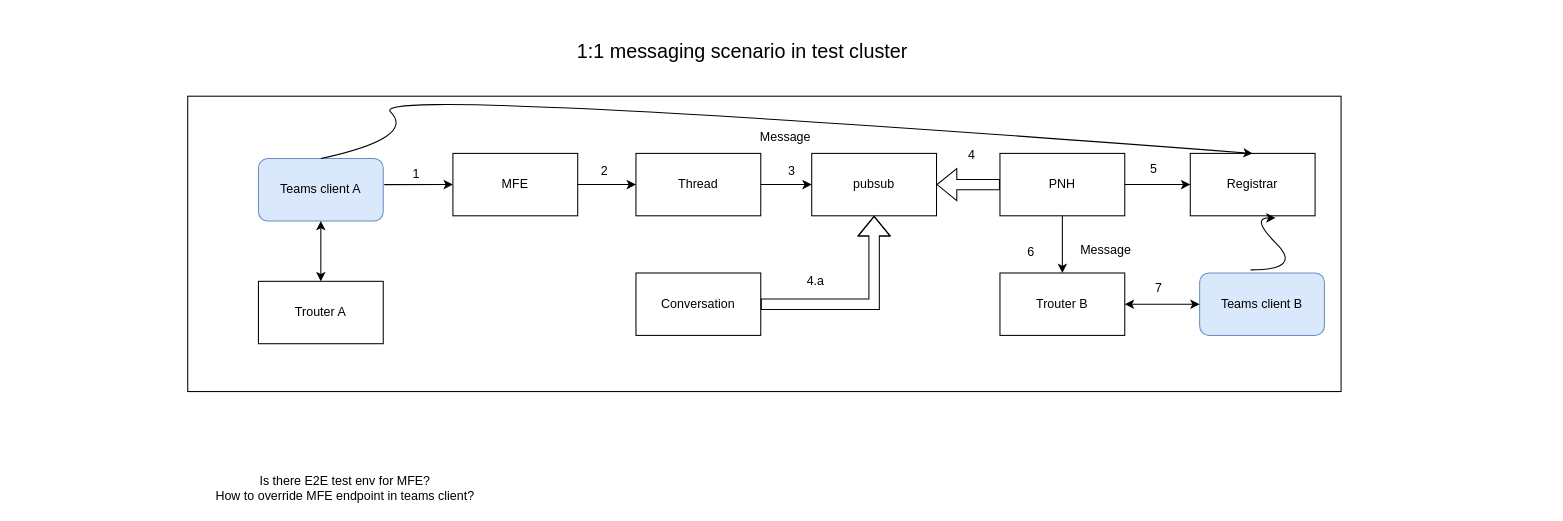
Before: Stamp Diagram.drawio in nonly/timewheel, a draw.io diagram. Source tidied: cells renumbered, new cells numbered last; positions are measured from the earlier drawing's top-left corner, leaving out a move shared by most shapes. Both pictures are drawn from the tidied source at 104%, with x=0, y=0 at pixel (178, 36).
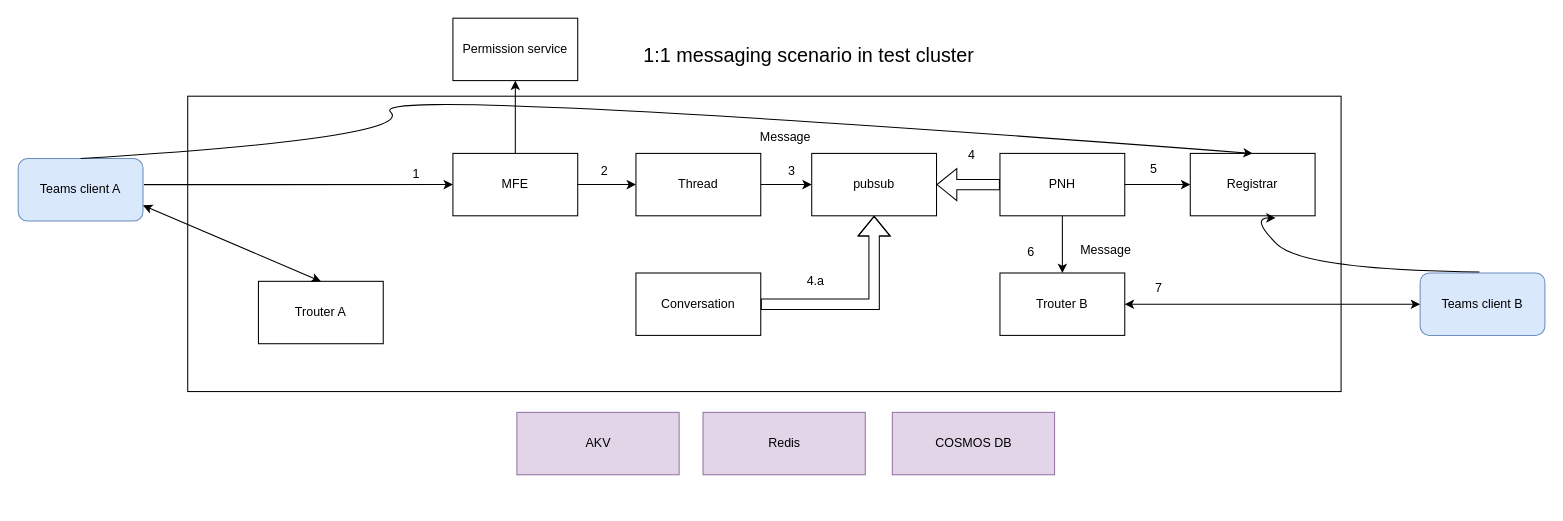
Above is the later version.

The change refers to these unchanged cells:
```xml
<mxCell id="5" value="MFE" style="rounded=0;whiteSpace=wrap;html=1;" parent="1" vertex="1">
  <mxGeometry x="264" y="112" width="120" height="60" as="geometry" />
</mxCell>
<mxCell id="13" value="Trouter A" style="rounded=0;whiteSpace=wrap;html=1;" parent="1" vertex="1">
  <mxGeometry x="77" y="235" width="120" height="60" as="geometry" />
</mxCell>
```

What changed in the source:
```diff
@@
     <mxCell id="3" value="Teams client A" style="rounded=1;whiteSpace=wrap;html=1;fillColor=#dae8fc;strokeColor=#6c8ebf;" parent="1" vertex="1">
-      <mxGeometry x="77" y="117" width="120" height="60" as="geometry" />
+      <mxGeometry x="-154" y="117" width="120" height="60" as="geometry" />
     </mxCell>
     <mxCell id="4" value="Teams client B" style="rounded=1;whiteSpace=wrap;html=1;fillColor=#dae8fc;strokeColor=#6c8ebf;" parent="1" vertex="1">
-      <mxGeometry x="982" y="227" width="120" height="60" as="geometry" />
+      <mxGeometry x="1194" y="227" width="120" height="60" as="geometry" />
     </mxCell>
@@
-    <mxCell id="14" style="endArrow=classic;startArrow=classic;html=1;rounded=0;entryX=0.5;entryY=1;entryDx=0;entryDy=0;exitX=0.5;exitY=0;exitDx=0;exitDy=0;" parent="1" edge="1" source="13" target="3">
+    <mxCell id="14" style="endArrow=classic;startArrow=classic;html=1;rounded=0;entryX=1;entryY=0.75;entryDx=0;entryDy=0;exitX=0.5;exitY=0;exitDx=0;exitDy=0;" parent="1" edge="1" source="13" target="3">
       <mxGeometry relative="1" as="geometry" />
     </mxCell>
@@
-    <mxCell id="24" value="Is there E2E test env for MFE?&lt;div&gt;How to override MFE endpoint in teams client?&lt;/div&gt;" style="text;html=1;align=center;verticalAlign=middle;whiteSpace=wrap;rounded=0;" parent="1" vertex="1">
-      <mxGeometry y="419" width="321" height="30" as="geometry" />
-    </mxCell>
@@
     <mxCell id="26" style="curved=1;endArrow=classic;html=1;rounded=0;" parent="1" edge="1">
       <mxGeometry relative="1" as="geometry">
-        <mxPoint x="1031" y="224" as="sourcePoint" />
+        <mxPoint x="1251" y="226" as="sourcePoint" />
         <mxPoint x="1055" y="174" as="targetPoint" />
         <Array as="points">
           <mxPoint x="1081" y="224" />
           <mxPoint x="1031" y="174" />
         </Array>
       </mxGeometry>
     </mxCell>
@@
     <mxCell id="34" value="&lt;font style=&quot;font-size: 19px;&quot;&gt;1:1 messaging scenario in test cluster&lt;/font&gt;" style="text;html=1;align=center;verticalAlign=middle;whiteSpace=wrap;rounded=0;" parent="1" vertex="1">
-      <mxGeometry x="359" width="367" height="30" as="geometry" />
+      <mxGeometry x="423" y="4" width="367" height="30" as="geometry" />
     </mxCell>
@@
+    <mxCell id="36" value="AKV" style="rounded=0;whiteSpace=wrap;html=1;fillColor=#e1d5e7;strokeColor=#9673a6;" parent="1" vertex="1">
+      <mxGeometry x="325.5" y="361" width="156" height="60" as="geometry" />
+    </mxCell>
+    <mxCell id="37" value="Redis" style="rounded=0;whiteSpace=wrap;html=1;fillColor=#e1d5e7;strokeColor=#9673a6;" parent="1" vertex="1">
+      <mxGeometry x="504.5" y="361" width="156" height="60" as="geometry" />
+    </mxCell>
+    <mxCell id="38" value="COSMOS DB" style="rounded=0;whiteSpace=wrap;html=1;fillColor=#e1d5e7;strokeColor=#9673a6;" parent="1" vertex="1">
+      <mxGeometry x="686.5" y="361" width="156" height="60" as="geometry" />
+    </mxCell>
+    <mxCell id="39" value="Permission service" style="rounded=0;whiteSpace=wrap;html=1;" parent="1" vertex="1">
+      <mxGeometry x="264" y="-18" width="120" height="60" as="geometry" />
+    </mxCell>
+    <mxCell id="40" style="endArrow=classic;html=1;rounded=0;entryX=0.5;entryY=1;entryDx=0;entryDy=0;exitX=0.5;exitY=0;exitDx=0;exitDy=0;" parent="1" edge="1" source="5" target="39">
+      <mxGeometry relative="1" as="geometry" />
+    </mxCell>
```
